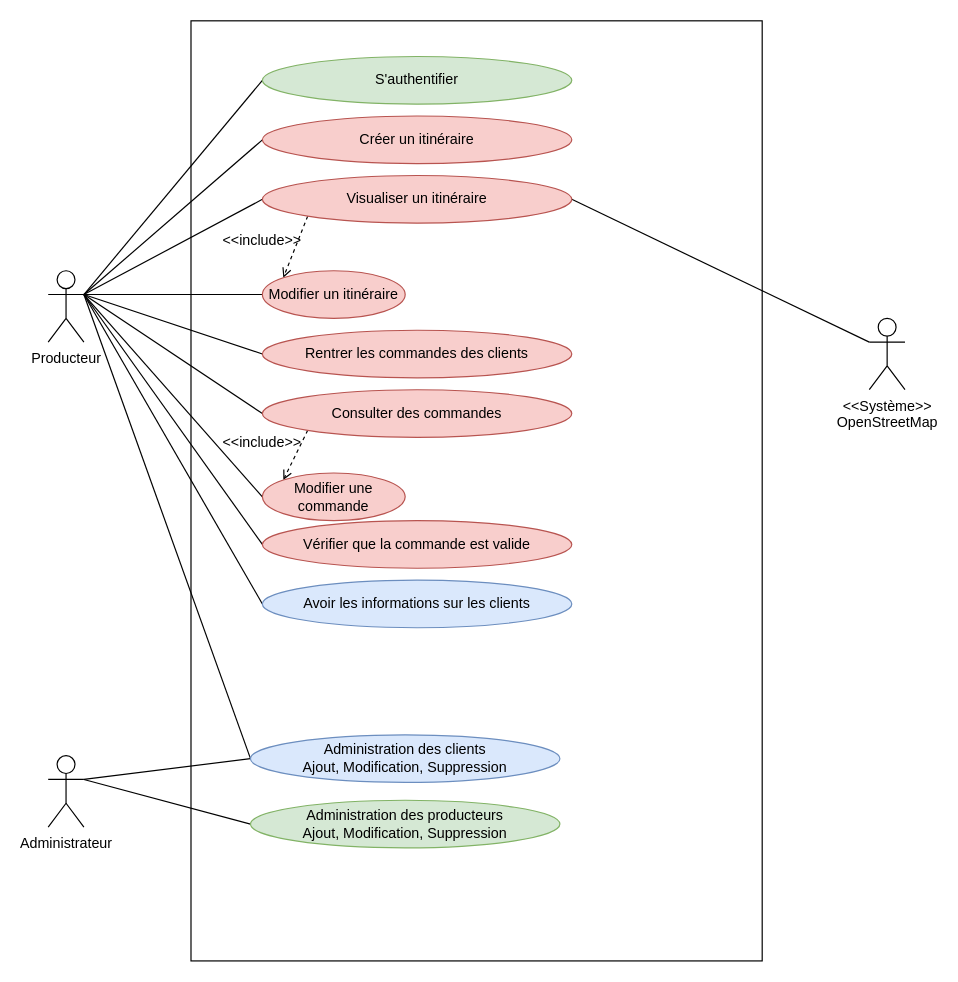
aeiiver/the-farmer-project keeps this draw.io diagram as GenieLogiciel/Diagrammes/CasUtilisation.drawio. Above is the earlier version. Source tidied: cells renumbered, new cells numbered last; positions are measured from the earlier drawing's top-left corner, leaving out a move shared by most shapes. Both pictures are drawn from the tidied source at 119%, with x=0, y=0 at pixel (48, 20).
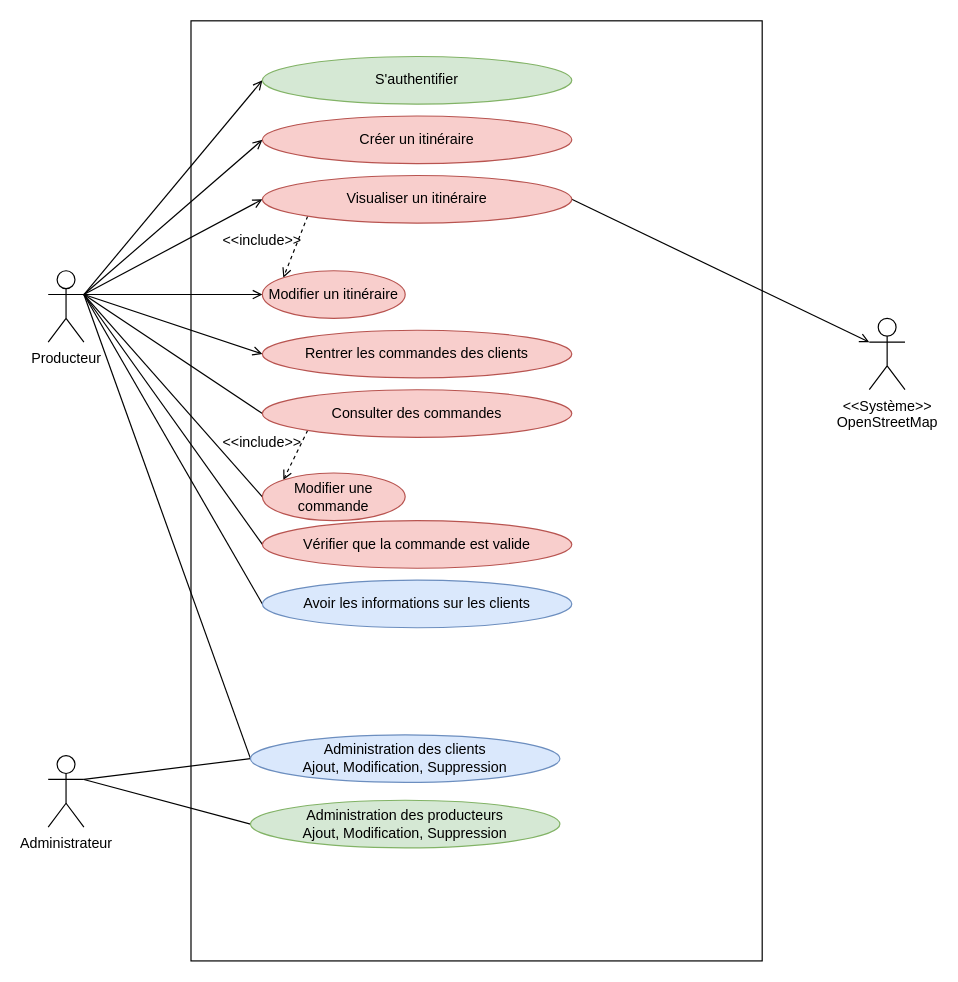
Above is the later version.

Unchanged cells that the change refers to:
```xml
<mxCell id="4" value="Producteur" style="shape=umlActor;verticalLabelPosition=bottom;verticalAlign=top;html=1;" parent="1" vertex="1">
  <mxGeometry y="210" width="30" height="60" as="geometry" />
</mxCell>
<mxCell id="6" value="&lt;div&gt;&amp;lt;&amp;lt;Système&amp;gt;&amp;gt;&lt;/div&gt;&lt;div&gt;OpenStreetMap&lt;br&gt;&lt;/div&gt;" style="shape=umlActor;verticalLabelPosition=bottom;verticalAlign=top;html=1;outlineConnect=0;" parent="1" vertex="1">
  <mxGeometry x="690" y="250" width="30" height="60" as="geometry" />
</mxCell>
<mxCell id="10" value="Visualiser un itinéraire" style="ellipse;whiteSpace=wrap;html=1;fillColor=#f8cecc;strokeColor=#b85450;" parent="1" vertex="1">
  <mxGeometry x="180" y="130" width="260" height="40" as="geometry" />
</mxCell>
<mxCell id="11" value="Créer un itinéraire" style="ellipse;whiteSpace=wrap;html=1;fillColor=#f8cecc;strokeColor=#b85450;" parent="1" vertex="1">
  <mxGeometry x="180" y="80" width="260" height="40" as="geometry" />
</mxCell>
<mxCell id="13" value="Modifier un itinéraire" style="ellipse;whiteSpace=wrap;html=1;fillColor=#f8cecc;strokeColor=#b85450;" parent="1" vertex="1">
  <mxGeometry x="180" y="210" width="120" height="40" as="geometry" />
</mxCell>
<mxCell id="15" value="Rentrer les commandes des clients" style="ellipse;whiteSpace=wrap;html=1;fillColor=#f8cecc;strokeColor=#b85450;" parent="1" vertex="1">
  <mxGeometry x="180" y="260" width="260" height="40" as="geometry" />
</mxCell>
<mxCell id="27" value="S'authentifier" style="ellipse;whiteSpace=wrap;html=1;fillColor=#d5e8d4;strokeColor=#82b366;" parent="1" vertex="1">
  <mxGeometry x="180" y="30" width="260" height="40" as="geometry" />
</mxCell>
```

The edit, as a diff of the source:
```diff
@@
-    <mxCell id="3" style="edgeStyle=none;rounded=0;jettySize=auto;html=1;exitX=1;exitY=0.3333333333333333;exitDx=0;exitDy=0;exitPerimeter=0;entryX=0;entryY=0.5;entryDx=0;entryDy=0;endArrow=none;endFill=0;" parent="1" edge="1" source="4" target="11">
+    <mxCell id="3" style="edgeStyle=none;rounded=0;jettySize=auto;html=1;exitX=1;exitY=0.3333333333333333;exitDx=0;exitDy=0;exitPerimeter=0;entryX=0;entryY=0.5;entryDx=0;entryDy=0;endArrow=open;endFill=0;startArrow=none;startFill=0;" parent="1" edge="1" source="4" target="11">
       <mxGeometry relative="1" as="geometry" />
     </mxCell>
@@
-    <mxCell id="7" style="rounded=0;jettySize=auto;html=1;exitX=1;exitY=0.5;exitDx=0;exitDy=0;entryX=0;entryY=0.3333333333333333;entryDx=0;entryDy=0;entryPerimeter=0;endArrow=none;endFill=0;" parent="1" edge="1" source="10" target="6">
+    <mxCell id="7" style="rounded=0;jettySize=auto;html=1;exitX=1;exitY=0.5;exitDx=0;exitDy=0;entryX=0;entryY=0.3333333333333333;entryDx=0;entryDy=0;entryPerimeter=0;endArrow=open;endFill=0;" parent="1" edge="1" source="10" target="6">
       <mxGeometry relative="1" as="geometry" />
     </mxCell>
-    <mxCell id="8" style="edgeStyle=none;rounded=0;jettySize=auto;html=1;exitX=0;exitY=0.5;exitDx=0;exitDy=0;entryX=1;entryY=0.3333333333333333;entryDx=0;entryDy=0;entryPerimeter=0;endArrow=none;endFill=0;" parent="1" edge="1" source="10" target="4">
+    <mxCell id="8" style="edgeStyle=none;rounded=0;jettySize=auto;html=1;exitX=0;exitY=0.5;exitDx=0;exitDy=0;entryX=1;entryY=0.3333333333333333;entryDx=0;entryDy=0;entryPerimeter=0;endArrow=none;endFill=0;startArrow=open;startFill=0;" parent="1" edge="1" source="10" target="4">
       <mxGeometry relative="1" as="geometry" />
     </mxCell>
@@
-    <mxCell id="12" style="edgeStyle=none;rounded=0;jettySize=auto;html=1;exitX=0;exitY=0.5;exitDx=0;exitDy=0;endArrow=none;endFill=0;" parent="1" edge="1" source="13">
+    <mxCell id="12" style="edgeStyle=none;rounded=0;jettySize=auto;html=1;exitX=0;exitY=0.5;exitDx=0;exitDy=0;endArrow=none;endFill=0;startArrow=open;startFill=0;" parent="1" edge="1" source="13">
       <mxGeometry relative="1" as="geometry">
         <mxPoint x="30" y="230" as="targetPoint" />
       </mxGeometry>
     </mxCell>
@@
-    <mxCell id="14" style="edgeStyle=none;rounded=0;jettySize=auto;html=1;exitX=0;exitY=0.5;exitDx=0;exitDy=0;entryX=1;entryY=0.3333333333333333;entryDx=0;entryDy=0;entryPerimeter=0;endArrow=none;endFill=0;" parent="1" edge="1" source="15" target="4">
+    <mxCell id="14" style="edgeStyle=none;rounded=0;jettySize=auto;html=1;exitX=0;exitY=0.5;exitDx=0;exitDy=0;entryX=1;entryY=0.3333333333333333;entryDx=0;entryDy=0;entryPerimeter=0;endArrow=none;endFill=0;startArrow=open;startFill=0;" parent="1" edge="1" source="15" target="4">
       <mxGeometry relative="1" as="geometry" />
     </mxCell>
@@
-    <mxCell id="26" style="edgeStyle=none;rounded=0;jettySize=auto;html=1;exitX=0;exitY=0.5;exitDx=0;exitDy=0;entryX=1;entryY=0.3333333333333333;entryDx=0;entryDy=0;entryPerimeter=0;endArrow=none;endFill=0;" parent="1" edge="1" source="27" target="4">
+    <mxCell id="26" style="edgeStyle=none;rounded=0;jettySize=auto;html=1;exitX=0;exitY=0.5;exitDx=0;exitDy=0;entryX=1;entryY=0.3333333333333333;entryDx=0;entryDy=0;entryPerimeter=0;endArrow=none;endFill=0;startArrow=open;startFill=0;" parent="1" edge="1" source="27" target="4">
       <mxGeometry relative="1" as="geometry" />
     </mxCell>
```
